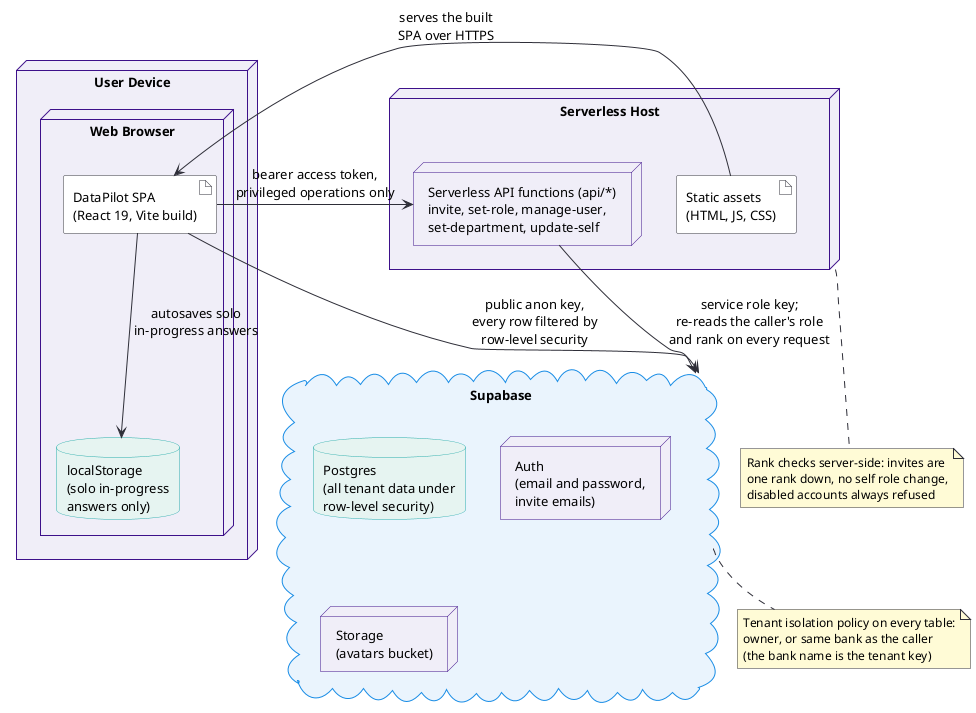
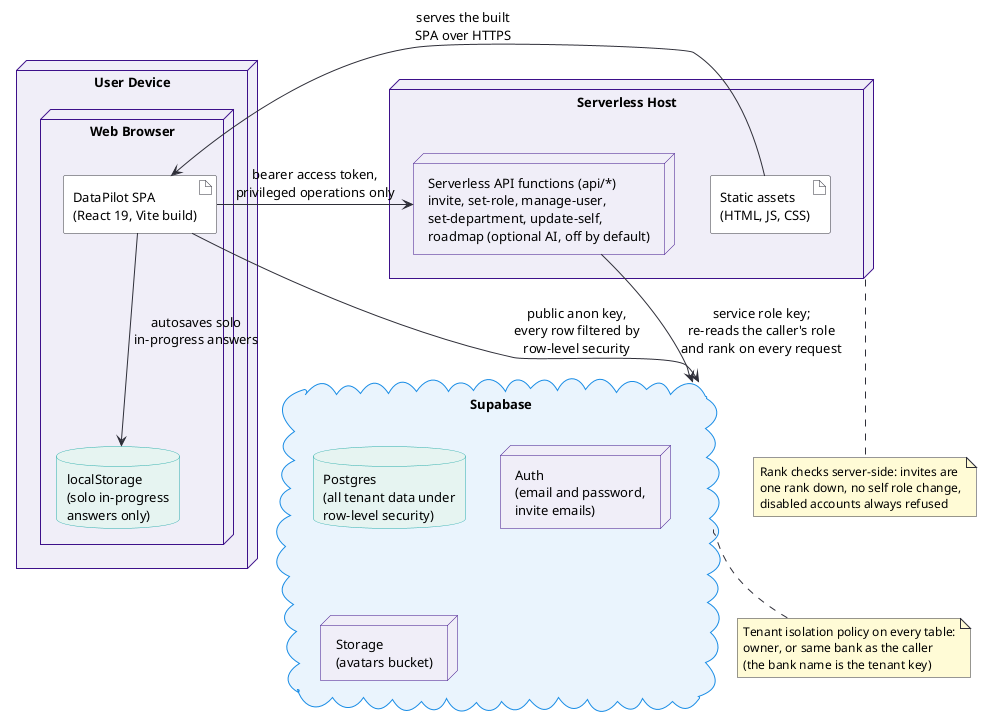
@startuml deployment
skinparam backgroundColor white
skinparam defaultFontSize 13
skinparam shadowing false
skinparam nodeBackgroundColor #F0EEF8
skinparam nodeBorderColor #3D108A
skinparam databaseBackgroundColor #E6F4F1
skinparam databaseBorderColor #27ACAA
skinparam cloudBackgroundColor #EAF4FD
skinparam cloudBorderColor #188CE5
skinparam artifactBackgroundColor #FFFFFF
skinparam artifactBorderColor #2E2E38
skinparam arrowColor #2E2E38
skinparam noteBackgroundColor #FFFBD6
skinparam noteBorderColor #2E2E38
skinparam noteFontSize 12


node "User Device" as device {
  node "Web Browser" as browser {
    artifact "DataPilot SPA\n(React 19, Vite build)" as spa
    database "localStorage\n(solo in-progress\nanswers only)" as ls
  }
}

node "Serverless Host" as host {
-   node "Serverless API functions (api/*)\ninvite, set-role, manage-user,\nset-department, update-self" as api
+   node "Serverless API functions (api/*)\ninvite, set-role, manage-user,\nset-department, update-self,\nroadmap (optional AI, off by default)" as api
  artifact "Static assets\n(HTML, JS, CSS)" as assets
}

cloud "Supabase" as supa {
  database "Postgres\n(all tenant data under\nrow-level security)" as pg
  node "Auth\n(email and password,\ninvite emails)" as auth
  node "Storage\n(avatars bucket)" as storage
}


assets -left-> spa : serves the built\nSPA over HTTPS
spa -down-> ls : autosaves solo\nin-progress answers
spa -down-> supa : public anon key,\nevery row filtered by\nrow-level security
spa -right-> api : bearer access token,\nprivileged operations only
api -down-> supa : service role key;\nre-reads the caller's role\nand rank on every request

note bottom of supa
  Tenant isolation policy on every table:
  owner, or same bank as the caller
  (the bank name is the tenant key)
end note

note bottom of host
  Rank checks server-side: invites are
  one rank down, no self role change,
  disabled accounts always refused
end note

@enduml
